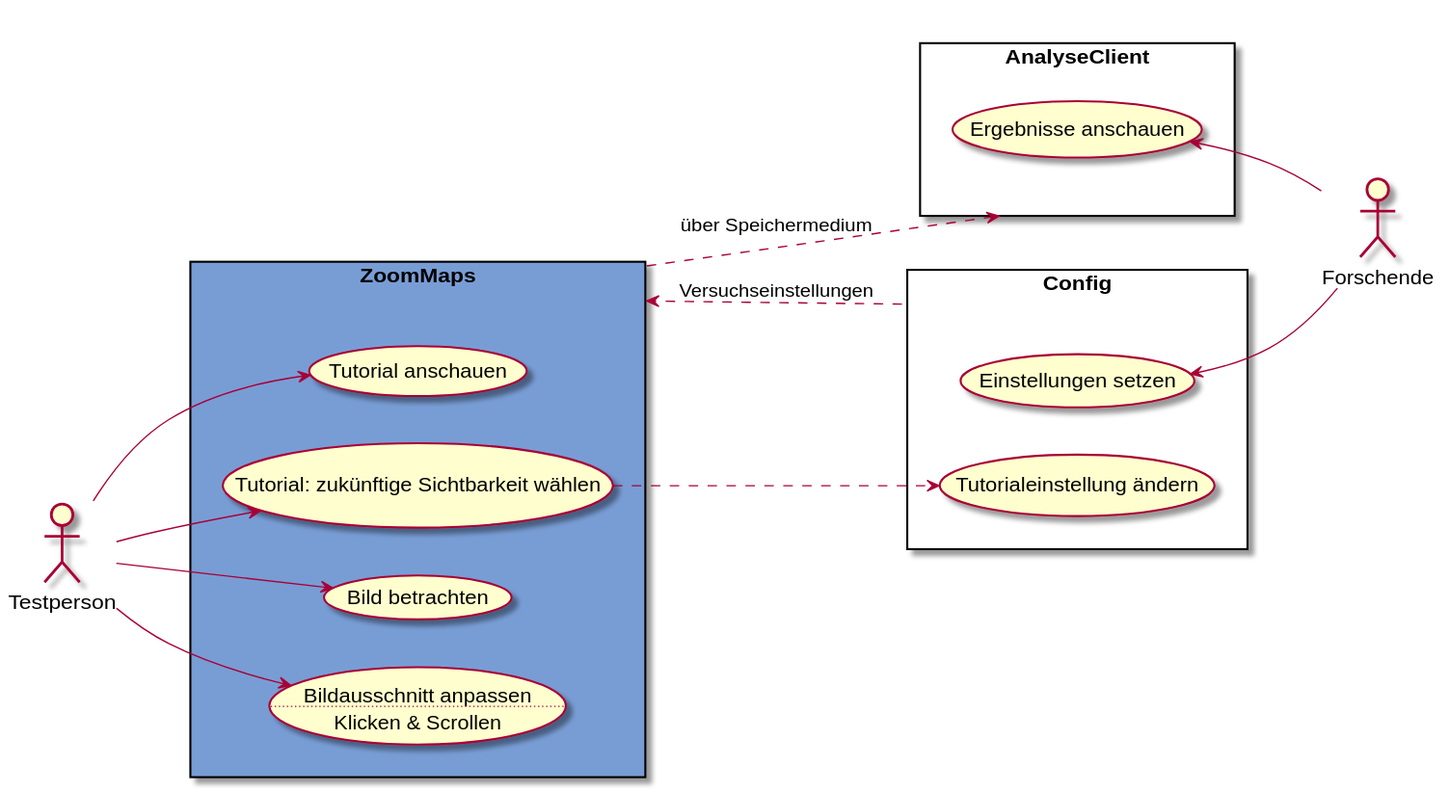
The PlantUML diagram meilenstein_05/usecase-zoommaps/usecase-zoommaps.svg in weichware10/meilensteine, before a commit.
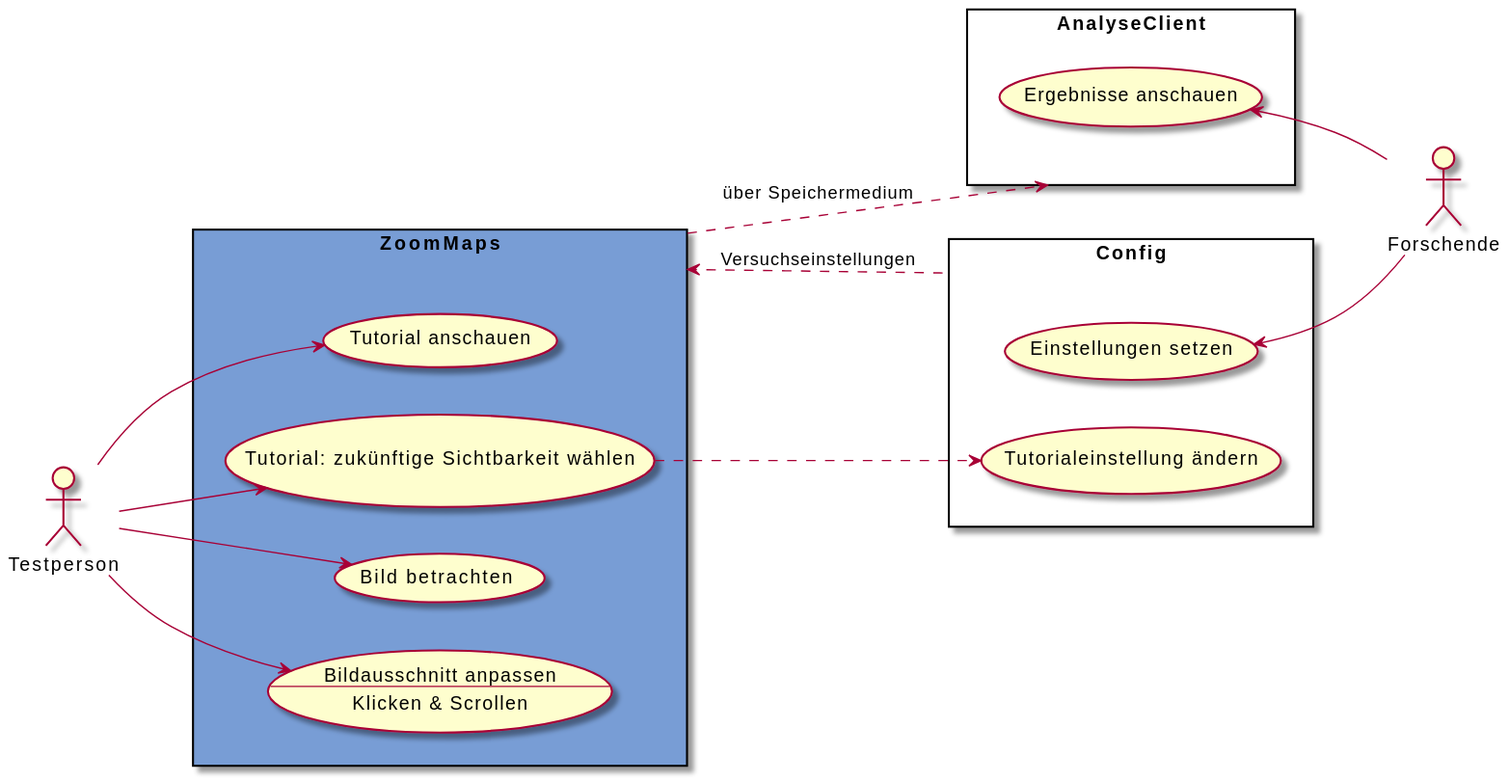
Above is the later version.

Commit message:
rendered SVGs

Change to the diagram source:
```diff
@@ -1,4 +1,4 @@
-@startuml zoommaps
+@startuml
 left to right direction
 
 actor Testperson as t
@@ -9,7 +9,7 @@
     usecase "Tutorial: zukünftige Sichtbarkeit wählen" as tw
     usecase "Bild betrachten" as bb
     usecase ba as "Bildausschnitt anpassen
-    ..
+    --
     Klicken & Scrollen"
 }
 
@@ -33,5 +33,4 @@
 tw ..> tä
 z .r.> a : über Speichermedium
 z <.. c : Versuchseinstellungen
-
 @enduml
```
